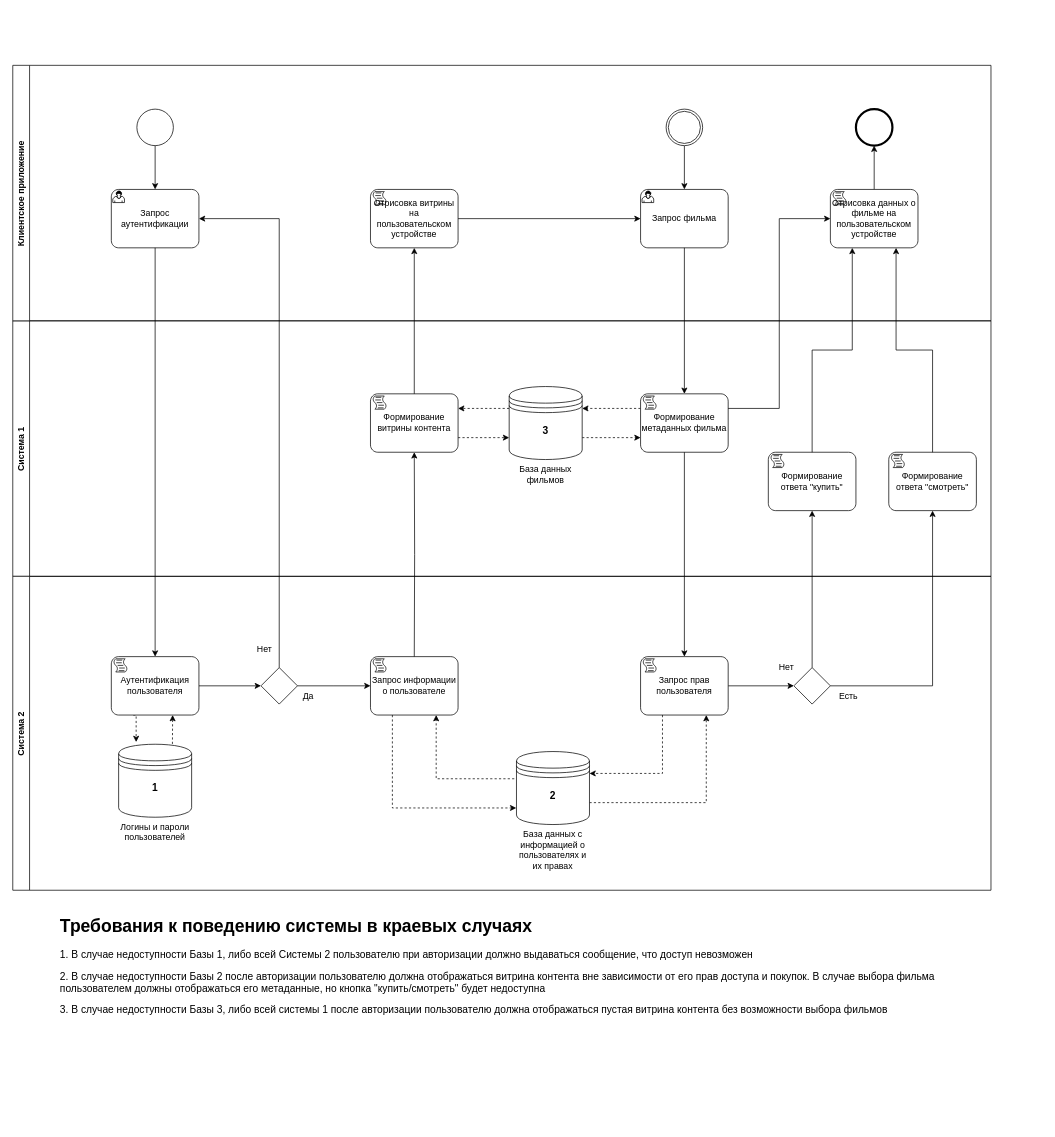
Before: bpmn1.drawio in AleksTikhonov/ANSYS_Workbench, a draw.io diagram. Source tidied: cells renumbered, new cells numbered last; positions are measured from the earlier drawing's top-left corner, leaving out a move shared by most shapes. Both pictures are drawn from the tidied source at 73%, with x=0, y=0 at pixel (12, 65).
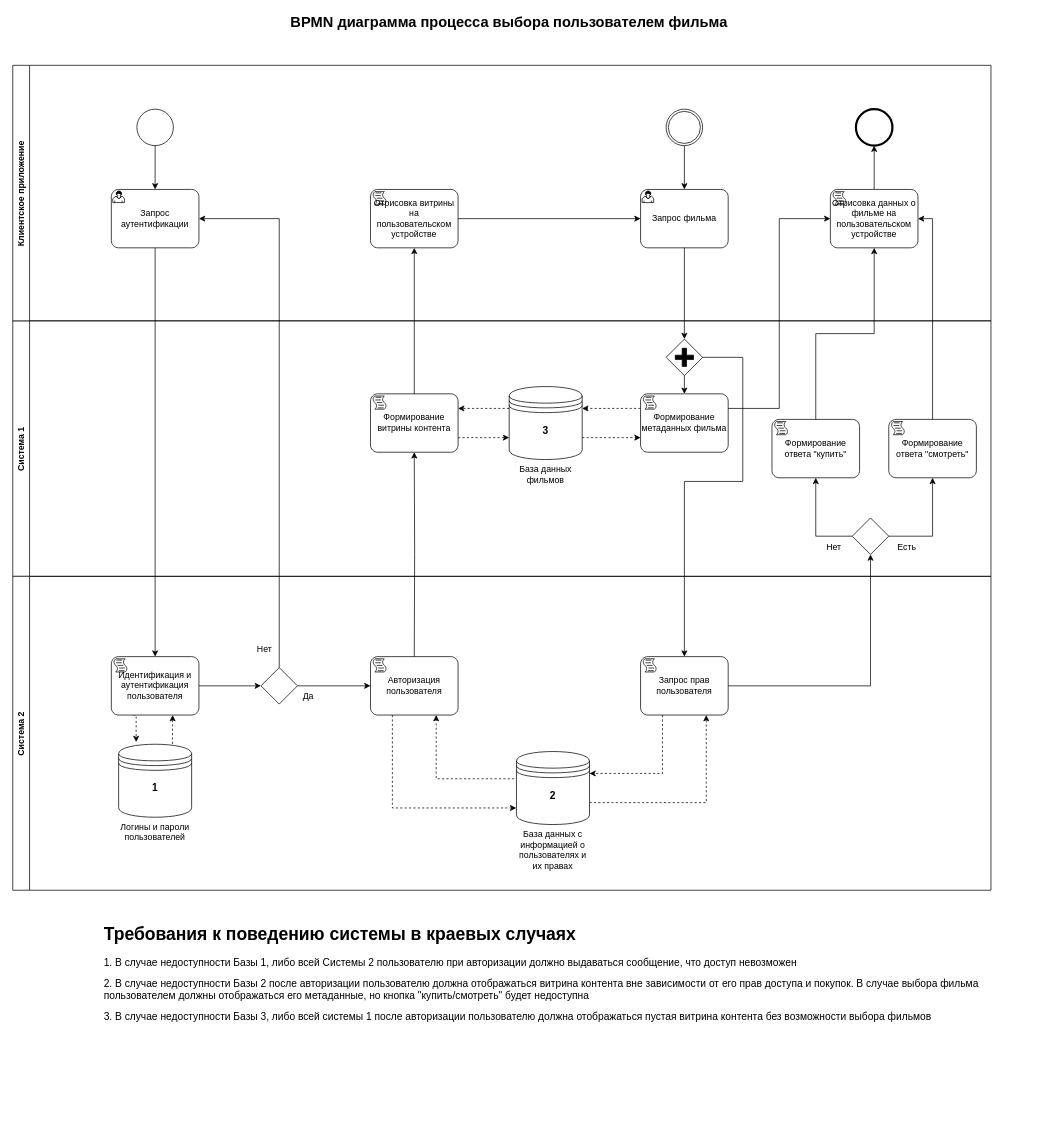
The same page after the edit.

The change refers to these unchanged cells:
```xml
<mxCell id="2" value="Система 1" style="swimlane;horizontal=0;" parent="1" vertex="1">
  <mxGeometry y="350" width="1340" height="350" as="geometry" />
</mxCell>
<mxCell id="9" value="Формирование метаданных фильма" style="points=[[0.25,0,0],[0.5,0,0],[0.75,0,0],[1,0.25,0],[1,0.5,0],[1,0.75,0],[0.75,1,0],[0.5,1,0],[0.25,1,0],[0,0.75,0],[0,0.5,0],[0,0.25,0]];shape=mxgraph.bpmn.task;whiteSpace=wrap;rectStyle=rounded;size=10;taskMarker=script;" parent="2" vertex="1">
  <mxGeometry x="860" y="100" width="120" height="80" as="geometry" />
</mxCell>
<mxCell id="12" value="Система 2" style="swimlane;horizontal=0;" parent="1" vertex="1">
  <mxGeometry y="700" width="1340" height="430" as="geometry" />
</mxCell>
<mxCell id="28" value="Запрос прав пользователя" style="points=[[0.25,0,0],[0.5,0,0],[0.75,0,0],[1,0.25,0],[1,0.5,0],[1,0.75,0],[0.75,1,0],[0.5,1,0],[0.25,1,0],[0,0.75,0],[0,0.5,0],[0,0.25,0]];shape=mxgraph.bpmn.task;whiteSpace=wrap;rectStyle=rounded;size=10;taskMarker=script;" parent="12" vertex="1">
  <mxGeometry x="860" y="110" width="120" height="80" as="geometry" />
</mxCell>
<mxCell id="41" value="Запрос фильма" style="points=[[0.25,0,0],[0.5,0,0],[0.75,0,0],[1,0.25,0],[1,0.5,0],[1,0.75,0],[0.75,1,0],[0.5,1,0],[0.25,1,0],[0,0.75,0],[0,0.5,0],[0,0.25,0]];shape=mxgraph.bpmn.task;whiteSpace=wrap;rectStyle=rounded;size=10;taskMarker=user;" parent="34" vertex="1">
  <mxGeometry x="860" y="170" width="120" height="80" as="geometry" />
</mxCell>
<mxCell id="44" value="Отрисовка данных о фильме на пользовательском устройстве" style="points=[[0.25,0,0],[0.5,0,0],[0.75,0,0],[1,0.25,0],[1,0.5,0],[1,0.75,0],[0.75,1,0],[0.5,1,0],[0.25,1,0],[0,0.75,0],[0,0.5,0],[0,0.25,0]];shape=mxgraph.bpmn.task;whiteSpace=wrap;rectStyle=rounded;size=10;taskMarker=script;" parent="34" vertex="1">
  <mxGeometry x="1120" y="170" width="120" height="80" as="geometry" />
</mxCell>
```

Change to the diagram source:
```diff
@@
     <mxCell id="10" value="Формирование ответа &quot;купить&quot;" style="points=[[0.25,0,0],[0.5,0,0],[0.75,0,0],[1,0.25,0],[1,0.5,0],[1,0.75,0],[0.75,1,0],[0.5,1,0],[0.25,1,0],[0,0.75,0],[0,0.5,0],[0,0.25,0]];shape=mxgraph.bpmn.task;whiteSpace=wrap;rectStyle=rounded;size=10;taskMarker=script;" parent="2" vertex="1">
-      <mxGeometry x="1035" y="180" width="120" height="80" as="geometry" />
+      <mxGeometry x="1040" y="135" width="120" height="80" as="geometry" />
     </mxCell>
     <mxCell id="11" value="Формирование ответа &quot;смотреть&quot;" style="points=[[0.25,0,0],[0.5,0,0],[0.75,0,0],[1,0.25,0],[1,0.5,0],[1,0.75,0],[0.75,1,0],[0.5,1,0],[0.25,1,0],[0,0.75,0],[0,0.5,0],[0,0.25,0]];shape=mxgraph.bpmn.task;whiteSpace=wrap;rectStyle=rounded;size=10;taskMarker=script;" parent="2" vertex="1">
-      <mxGeometry x="1200" y="180" width="120" height="80" as="geometry" />
+      <mxGeometry x="1200" y="135" width="120" height="80" as="geometry" />
     </mxCell>
+    <mxCell id="29" style="points=[[0.25,0.25,0],[0.5,0,0],[0.75,0.25,0],[1,0.5,0],[0.75,0.75,0],[0.5,1,0],[0.25,0.75,0],[0,0.5,0]];shape=mxgraph.bpmn.gateway2;html=1;verticalLabelPosition=bottom;labelBackgroundColor=#ffffff;verticalAlign=top;align=center;perimeter=rhombusPerimeter;outlineConnect=0;outline=none;symbol=none;" parent="2" vertex="1">
+      <mxGeometry x="1150" y="270" width="50" height="50" as="geometry" />
+    </mxCell>
+    <mxCell id="53" style="edgeStyle=orthogonalEdgeStyle;rounded=0;jettySize=auto;html=1;exitX=1;exitY=0.5;exitDx=0;exitDy=0;exitPerimeter=0;entryX=0.5;entryY=1;entryDx=0;entryDy=0;entryPerimeter=0;" parent="2" edge="1" source="29" target="11">
+      <mxGeometry relative="1" as="geometry" />
+    </mxCell>
+    <mxCell id="54" style="edgeStyle=orthogonalEdgeStyle;rounded=0;jettySize=auto;html=1;exitX=0;exitY=0.5;exitDx=0;exitDy=0;exitPerimeter=0;entryX=0.5;entryY=1;entryDx=0;entryDy=0;entryPerimeter=0;" parent="2" edge="1" source="29" target="10">
+      <mxGeometry relative="1" as="geometry" />
+    </mxCell>
+    <mxCell id="31" value="Нет" style="text;html=1;strokeColor=none;fillColor=none;align=center;verticalAlign=middle;whiteSpace=wrap;rounded=0;" parent="2" vertex="1">
+      <mxGeometry x="1100" y="300" width="50" height="20" as="geometry" />
+    </mxCell>
+    <mxCell id="60" style="points=[[0.25,0.25,0],[0.5,0,0],[0.75,0.25,0],[1,0.5,0],[0.75,0.75,0],[0.5,1,0],[0.25,0.75,0],[0,0.5,0]];shape=mxgraph.bpmn.gateway2;html=1;verticalLabelPosition=bottom;labelBackgroundColor=#ffffff;verticalAlign=top;align=center;perimeter=rhombusPerimeter;outlineConnect=0;outline=none;symbol=none;gwType=parallel;" parent="2" vertex="1">
+      <mxGeometry x="895" y="25" width="50" height="50" as="geometry" />
+    </mxCell>
+    <mxCell id="61" style="edgeStyle=orthogonalEdgeStyle;rounded=0;jettySize=auto;html=1;exitX=0.5;exitY=1;exitDx=0;exitDy=0;exitPerimeter=0;entryX=0.5;entryY=0;entryDx=0;entryDy=0;entryPerimeter=0;" parent="2" edge="1" source="60" target="9">
+      <mxGeometry relative="1" as="geometry" />
+    </mxCell>
@@
-    <mxCell id="20" value="Аутентификация пользователя" style="points=[[0.25,0,0],[0.5,0,0],[0.75,0,0],[1,0.25,0],[1,0.5,0],[1,0.75,0],[0.75,1,0],[0.5,1,0],[0.25,1,0],[0,0.75,0],[0,0.5,0],[0,0.25,0]];shape=mxgraph.bpmn.task;whiteSpace=wrap;rectStyle=rounded;size=10;taskMarker=script;" parent="12" vertex="1">
+    <mxCell id="20" value="Идентификация и аутентификация пользователя" style="points=[[0.25,0,0],[0.5,0,0],[0.75,0,0],[1,0.25,0],[1,0.5,0],[1,0.75,0],[0.75,1,0],[0.5,1,0],[0.25,1,0],[0,0.75,0],[0,0.5,0],[0,0.25,0]];shape=mxgraph.bpmn.task;whiteSpace=wrap;rectStyle=rounded;size=10;taskMarker=script;" parent="12" vertex="1">
       <mxGeometry x="135" y="110" width="120" height="80" as="geometry" />
     </mxCell>
@@
-    <mxCell id="22" value="Запрос информации о пользователе" style="points=[[0.25,0,0],[0.5,0,0],[0.75,0,0],[1,0.25,0],[1,0.5,0],[1,0.75,0],[0.75,1,0],[0.5,1,0],[0.25,1,0],[0,0.75,0],[0,0.5,0],[0,0.25,0]];shape=mxgraph.bpmn.task;whiteSpace=wrap;rectStyle=rounded;size=10;taskMarker=script;" parent="12" vertex="1">
+    <mxCell id="22" value="Авторизация пользователя" style="points=[[0.25,0,0],[0.5,0,0],[0.75,0,0],[1,0.25,0],[1,0.5,0],[1,0.75,0],[0.75,1,0],[0.5,1,0],[0.25,1,0],[0,0.75,0],[0,0.5,0],[0,0.25,0]];shape=mxgraph.bpmn.task;whiteSpace=wrap;rectStyle=rounded;size=10;taskMarker=script;" parent="12" vertex="1">
       <mxGeometry x="490" y="110" width="120" height="80" as="geometry" />
     </mxCell>
@@
-    <mxCell id="27" style="edgeStyle=orthogonalEdgeStyle;rounded=0;jettySize=auto;html=1;exitX=1;exitY=0.5;exitDx=0;exitDy=0;exitPerimeter=0;entryX=0;entryY=0.5;entryDx=0;entryDy=0;entryPerimeter=0;" parent="12" edge="1" source="28" target="29">
-      <mxGeometry relative="1" as="geometry" />
-    </mxCell>
@@
-    <mxCell id="29" style="points=[[0.25,0.25,0],[0.5,0,0],[0.75,0.25,0],[1,0.5,0],[0.75,0.75,0],[0.5,1,0],[0.25,0.75,0],[0,0.5,0]];shape=mxgraph.bpmn.gateway2;html=1;verticalLabelPosition=bottom;labelBackgroundColor=#ffffff;verticalAlign=top;align=center;perimeter=rhombusPerimeter;outlineConnect=0;outline=none;symbol=none;" parent="12" vertex="1">
-      <mxGeometry x="1070" y="125" width="50" height="50" as="geometry" />
-    </mxCell>
-    <mxCell id="30" value="Есть" style="text;html=1;strokeColor=none;fillColor=none;align=center;verticalAlign=middle;whiteSpace=wrap;rounded=0;" parent="12" vertex="1">
-      <mxGeometry x="1120" y="155" width="50" height="20" as="geometry" />
-    </mxCell>
-    <mxCell id="31" value="Нет" style="text;html=1;strokeColor=none;fillColor=none;align=center;verticalAlign=middle;whiteSpace=wrap;rounded=0;" parent="12" vertex="1">
-      <mxGeometry x="1035" y="115" width="50" height="20" as="geometry" />
-    </mxCell>
@@
-    <mxCell id="51" style="edgeStyle=orthogonalEdgeStyle;rounded=0;jettySize=auto;html=1;exitX=0.5;exitY=1;exitDx=0;exitDy=0;exitPerimeter=0;entryX=0.5;entryY=0;entryDx=0;entryDy=0;entryPerimeter=0;" parent="1" edge="1" source="41" target="9">
-      <mxGeometry relative="1" as="geometry" />
-    </mxCell>
-    <mxCell id="52" style="edgeStyle=orthogonalEdgeStyle;rounded=0;jettySize=auto;html=1;exitX=0.5;exitY=1;exitDx=0;exitDy=0;exitPerimeter=0;entryX=0.5;entryY=0;entryDx=0;entryDy=0;entryPerimeter=0;" parent="1" edge="1" source="9" target="28">
-      <mxGeometry relative="1" as="geometry" />
-    </mxCell>
-    <mxCell id="53" style="edgeStyle=orthogonalEdgeStyle;rounded=0;jettySize=auto;html=1;exitX=1;exitY=0.5;exitDx=0;exitDy=0;exitPerimeter=0;entryX=0.5;entryY=1;entryDx=0;entryDy=0;entryPerimeter=0;" parent="1" edge="1" source="29" target="11">
-      <mxGeometry relative="1" as="geometry" />
-    </mxCell>
-    <mxCell id="54" style="edgeStyle=orthogonalEdgeStyle;rounded=0;jettySize=auto;html=1;exitX=0.5;exitY=0;exitDx=0;exitDy=0;exitPerimeter=0;entryX=0.5;entryY=1;entryDx=0;entryDy=0;entryPerimeter=0;" parent="1" edge="1" source="29" target="10">
-      <mxGeometry relative="1" as="geometry" />
-    </mxCell>
@@
-    <mxCell id="56" style="edgeStyle=orthogonalEdgeStyle;rounded=0;jettySize=auto;html=1;exitX=0.5;exitY=0;exitDx=0;exitDy=0;exitPerimeter=0;entryX=0.25;entryY=1;entryDx=0;entryDy=0;entryPerimeter=0;" parent="1" edge="1" source="10" target="44">
+    <mxCell id="56" style="edgeStyle=orthogonalEdgeStyle;rounded=0;jettySize=auto;html=1;exitX=0.5;exitY=0;exitDx=0;exitDy=0;exitPerimeter=0;entryX=0.5;entryY=1;entryDx=0;entryDy=0;entryPerimeter=0;" parent="1" edge="1" source="10" target="44">
       <mxGeometry relative="1" as="geometry" />
     </mxCell>
-    <mxCell id="57" style="edgeStyle=orthogonalEdgeStyle;rounded=0;jettySize=auto;html=1;exitX=0.5;exitY=0;exitDx=0;exitDy=0;exitPerimeter=0;entryX=0.75;entryY=1;entryDx=0;entryDy=0;entryPerimeter=0;" parent="1" edge="1" source="11" target="44">
+    <mxCell id="57" style="edgeStyle=orthogonalEdgeStyle;rounded=0;jettySize=auto;html=1;exitX=0.5;exitY=0;exitDx=0;exitDy=0;exitPerimeter=0;entryX=1;entryY=0.5;entryDx=0;entryDy=0;entryPerimeter=0;" parent="1" edge="1" source="11" target="44">
       <mxGeometry relative="1" as="geometry" />
     </mxCell>
     <mxCell id="58" value="&lt;h1&gt;Требования к поведению системы в краевых случаях&lt;/h1&gt;&lt;p&gt;&lt;font style=&quot;font-size: 14px&quot;&gt;1. В случае недоступности Базы 1, либо всей Системы 2 пользователю при авторизации должно выдаваться сообщение, что доступ невозможен&lt;/font&gt;&lt;/p&gt;&lt;p&gt;&lt;span style=&quot;font-size: 14px&quot;&gt;2. В случае недоступности Базы 2 после авторизации пользователю должна отображаться витрина контента вне зависимости от его прав доступа и покупок. В случае выбора фильма пользователем должны отображаться его метаданные, но кнопка &quot;купить/смотреть&quot; будет недоступна&lt;/span&gt;&lt;/p&gt;&lt;p&gt;&lt;span style=&quot;font-size: 14px&quot;&gt;3. В случае недоступности Базы 3, либо всей системы 1 после авторизации пользователю должна отображаться пустая витрина контента без возможности выбора фильмов&lt;/span&gt;&lt;/p&gt;&lt;span style=&quot;font-size: 14px&quot;&gt;&lt;br&gt;&lt;/span&gt;" style="text;html=1;strokeColor=none;fillColor=none;spacing=5;spacingTop=-20;whiteSpace=wrap;overflow=hidden;rounded=0;" parent="1" vertex="1">
-      <mxGeometry x="60" y="1160" width="1290" height="290" as="geometry" />
+      <mxGeometry x="120" y="1170" width="1290" height="160" as="geometry" />
     </mxCell>
@@
+    <mxCell id="62" value="&lt;font style=&quot;font-size: 20px&quot;&gt;&lt;b&gt;BPMN диаграмма процесса выбора пользователем фильма&lt;/b&gt;&lt;/font&gt;" style="text;html=1;strokeColor=none;fillColor=none;align=center;verticalAlign=middle;whiteSpace=wrap;rounded=0;" parent="1" vertex="1">
+      <mxGeometry x="320" y="-70" width="720" height="20" as="geometry" />
+    </mxCell>
+    <mxCell id="63" style="edgeStyle=orthogonalEdgeStyle;rounded=0;jettySize=auto;html=1;exitX=1;exitY=0.5;exitDx=0;exitDy=0;exitPerimeter=0;entryX=0.5;entryY=0;entryDx=0;entryDy=0;entryPerimeter=0;" parent="1" edge="1" source="60" target="28">
+      <mxGeometry relative="1" as="geometry">
+        <Array as="points">
+          <mxPoint x="1000" y="400" />
+          <mxPoint x="1000" y="570" />
+          <mxPoint x="920" y="570" />
+        </Array>
+      </mxGeometry>
+    </mxCell>
+    <mxCell id="27" style="edgeStyle=orthogonalEdgeStyle;rounded=0;jettySize=auto;html=1;exitX=1;exitY=0.5;exitDx=0;exitDy=0;exitPerimeter=0;entryX=0.5;entryY=1;entryDx=0;entryDy=0;entryPerimeter=0;" parent="1" edge="1" source="28" target="29">
+      <mxGeometry relative="1" as="geometry" />
+    </mxCell>
+    <mxCell id="30" value="Есть" style="text;html=1;strokeColor=none;fillColor=none;align=center;verticalAlign=middle;whiteSpace=wrap;rounded=0;" parent="1" vertex="1">
+      <mxGeometry x="1200" y="650" width="50" height="20" as="geometry" />
+    </mxCell>
+    <mxCell id="64" style="edgeStyle=orthogonalEdgeStyle;rounded=0;jettySize=auto;html=1;exitX=0.5;exitY=1;exitDx=0;exitDy=0;exitPerimeter=0;entryX=0.5;entryY=0;entryDx=0;entryDy=0;entryPerimeter=0;" parent="1" edge="1" source="41" target="60">
+      <mxGeometry relative="1" as="geometry" />
+    </mxCell>
```
